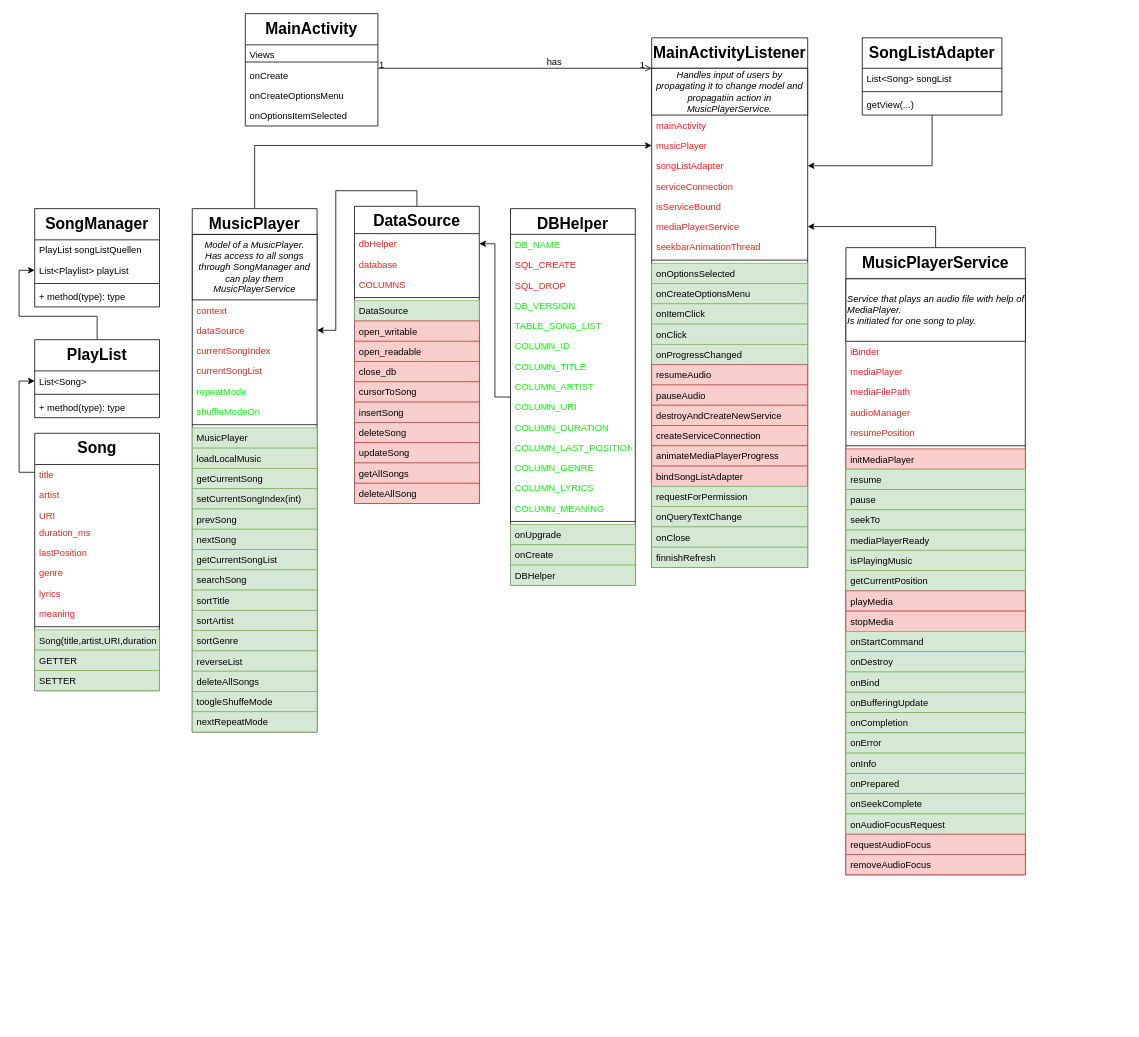
This is klassendiagramm.drawio from JohannesGrobelski/MoonstoneMusicPlayer, a draw.io file, before an edit. Source tidied: cells renumbered, new cells numbered last; positions are measured from the earlier drawing's top-left corner, leaving out a move shared by most shapes. Both pictures are drawn from the tidied source at 78%, with x=0, y=0 at pixel (19, 13).
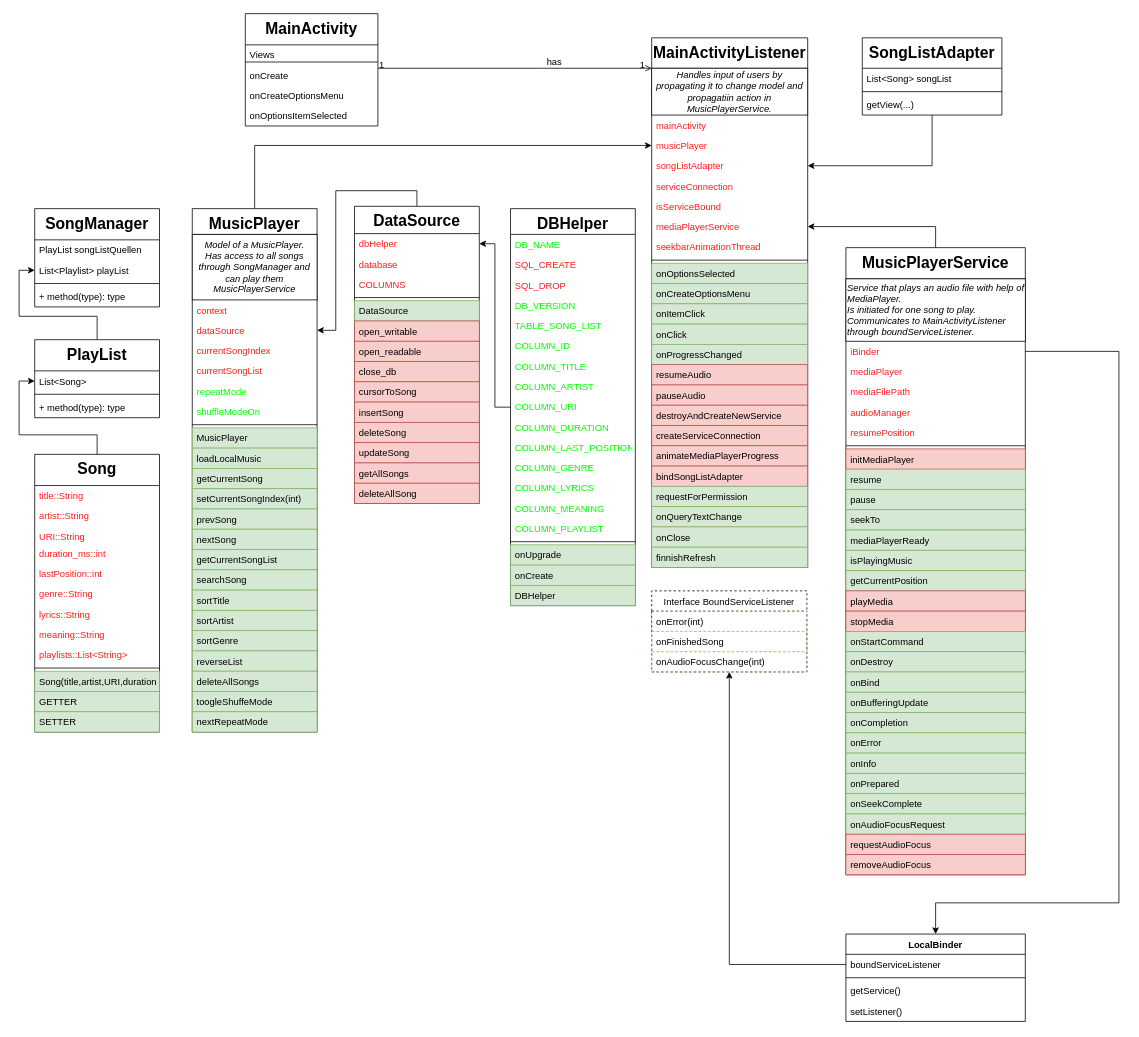
The same diagram, later.

Commit message:
added song property playlists

The change refers to these unchanged cells:
```xml
<mxCell id="38" value="MusicPlayerService" style="swimlane;fontStyle=1;align=center;verticalAlign=top;horizontal=1;startSize=40;fontSize=20;" parent="1" vertex="1">
  <mxGeometry x="1060" y="300" width="230" height="804" as="geometry" />
</mxCell>
<mxCell id="40" value="iBinder" style="text;strokeColor=none;fillColor=none;align=left;verticalAlign=top;spacingLeft=4;spacingRight=4;overflow=hidden;points=[[0,0.5],[1,0.5]];portConstraint=eastwest;fontColor=#FF1C1C;" parent="38" vertex="1">
  <mxGeometry y="120" width="230" height="26" as="geometry" />
</mxCell>
<mxCell id="104" value="List&lt;Song&gt;" style="text;strokeColor=none;fillColor=none;align=left;verticalAlign=top;spacingLeft=4;spacingRight=4;overflow=hidden;points=[[0,0.5],[1,0.5]];portConstraint=eastwest;" parent="103" vertex="1">
  <mxGeometry y="40" width="160" height="26" as="geometry" />
</mxCell>
```

The edit, as a diff of the source:
```diff
@@
-    <mxCell id="39" value="&lt;div&gt;&lt;i&gt;&lt;font color=&quot;#000000&quot;&gt;Service that plays an audio file with help of MediaPlayer.&lt;/font&gt;&lt;/i&gt;&lt;/div&gt;&lt;div&gt;&lt;i&gt;&lt;font color=&quot;#000000&quot;&gt;Is initiated for one song to play.&lt;br&gt;&lt;/font&gt;&lt;/i&gt;&lt;/div&gt;" style="whiteSpace=wrap;html=1;fontColor=#FF1C1C;align=left;" parent="38" vertex="1">
+    <mxCell id="39" value="&lt;div&gt;&lt;i&gt;&lt;font color=&quot;#000000&quot;&gt;Service that plays an audio file with help of MediaPlayer.&lt;/font&gt;&lt;/i&gt;&lt;/div&gt;&lt;div&gt;&lt;i&gt;&lt;font color=&quot;#000000&quot;&gt;Is initiated for one song to play. Communicates to MainActivityListener through boundServiceListener.&lt;br&gt;&lt;/font&gt;&lt;/i&gt;&lt;/div&gt;" style="whiteSpace=wrap;html=1;fontColor=#FF1C1C;align=left;" parent="38" vertex="1">
       <mxGeometry y="40" width="230" height="80" as="geometry" />
     </mxCell>
@@
     <mxCell id="107" style="edgeStyle=orthogonalEdgeStyle;rounded=0;jettySize=auto;html=1;entryX=0;entryY=0.5;entryDx=0;entryDy=0;" parent="1" edge="1" source="108" target="104">
       <mxGeometry relative="1" as="geometry">
         <Array as="points">
-          <mxPoint x="100" y="588" />
-          <mxPoint y="588" />
+          <mxPoint x="100" y="540" />
+          <mxPoint y="540" />
           <mxPoint y="471" />
         </Array>
       </mxGeometry>
     </mxCell>
     <mxCell id="108" value="Song" style="swimlane;fontStyle=1;align=center;verticalAlign=top;horizontal=1;startSize=40;fontSize=20;" parent="1" vertex="1">
-      <mxGeometry x="20" y="538" width="160" height="330" as="geometry" />
+      <mxGeometry x="20" y="565" width="160" height="356" as="geometry" />
     </mxCell>
-    <mxCell id="109" value="title" style="text;strokeColor=none;fillColor=none;align=left;verticalAlign=top;spacingLeft=4;spacingRight=4;overflow=hidden;fontColor=#FF1C1C;" parent="108" vertex="1">
+    <mxCell id="109" value="title::String" style="text;strokeColor=none;fillColor=none;align=left;verticalAlign=top;spacingLeft=4;spacingRight=4;overflow=hidden;fontColor=#FF1C1C;" parent="108" vertex="1">
       <mxGeometry y="40" width="160" height="26" as="geometry" />
     </mxCell>
-    <mxCell id="110" value="artist" style="text;strokeColor=none;fillColor=none;align=left;verticalAlign=top;spacingLeft=4;spacingRight=4;overflow=hidden;fontColor=#FF1C1C;" parent="108" vertex="1">
+    <mxCell id="110" value="artist::String" style="text;strokeColor=none;fillColor=none;align=left;verticalAlign=top;spacingLeft=4;spacingRight=4;overflow=hidden;fontColor=#FF1C1C;" parent="108" vertex="1">
       <mxGeometry y="66" width="160" height="26" as="geometry" />
     </mxCell>
-    <mxCell id="111" value="URI" style="text;strokeColor=none;fillColor=none;align=left;verticalAlign=top;spacingLeft=4;spacingRight=4;overflow=hidden;fontColor=#FF1C1C;" parent="108" vertex="1">
+    <mxCell id="111" value="URI::String" style="text;strokeColor=none;fillColor=none;align=left;verticalAlign=top;spacingLeft=4;spacingRight=4;overflow=hidden;fontColor=#FF1C1C;" parent="108" vertex="1">
       <mxGeometry y="92" width="160" height="22" as="geometry" />
     </mxCell>
-    <mxCell id="112" value="duration_ms" style="text;strokeColor=none;fillColor=none;align=left;verticalAlign=top;spacingLeft=4;spacingRight=4;overflow=hidden;fontColor=#FF1C1C;" parent="108" vertex="1">
+    <mxCell id="112" value="duration_ms::int" style="text;strokeColor=none;fillColor=none;align=left;verticalAlign=top;spacingLeft=4;spacingRight=4;overflow=hidden;fontColor=#FF1C1C;" parent="108" vertex="1">
       <mxGeometry y="114" width="160" height="26" as="geometry" />
     </mxCell>
-    <mxCell id="113" value="lastPosition&#10;" style="text;strokeColor=none;fillColor=none;align=left;verticalAlign=top;spacingLeft=4;spacingRight=4;overflow=hidden;fontColor=#FF1C1C;" parent="108" vertex="1">
+    <mxCell id="113" value="lastPosition::int" style="text;strokeColor=none;fillColor=none;align=left;verticalAlign=top;spacingLeft=4;spacingRight=4;overflow=hidden;fontColor=#FF1C1C;" parent="108" vertex="1">
       <mxGeometry y="140" width="160" height="26" as="geometry" />
     </mxCell>
-    <mxCell id="114" value="genre&#10;" style="text;strokeColor=none;fillColor=none;align=left;verticalAlign=top;spacingLeft=4;spacingRight=4;overflow=hidden;fontColor=#FF1C1C;" parent="108" vertex="1">
+    <mxCell id="114" value="genre::String&#10;" style="text;strokeColor=none;fillColor=none;align=left;verticalAlign=top;spacingLeft=4;spacingRight=4;overflow=hidden;fontColor=#FF1C1C;" parent="108" vertex="1">
       <mxGeometry y="166" width="160" height="26" as="geometry" />
     </mxCell>
-    <mxCell id="115" value="lyrics" style="text;strokeColor=none;fillColor=none;align=left;verticalAlign=top;spacingLeft=4;spacingRight=4;overflow=hidden;fontColor=#FF1C1C;" parent="108" vertex="1">
+    <mxCell id="115" value="lyrics::String" style="text;strokeColor=none;fillColor=none;align=left;verticalAlign=top;spacingLeft=4;spacingRight=4;overflow=hidden;fontColor=#FF1C1C;" parent="108" vertex="1">
       <mxGeometry y="192" width="160" height="26" as="geometry" />
     </mxCell>
-    <mxCell id="116" value="meaning" style="text;strokeColor=none;fillColor=none;align=left;verticalAlign=top;spacingLeft=4;spacingRight=4;overflow=hidden;fontColor=#FF1C1C;" parent="108" vertex="1">
+    <mxCell id="116" value="meaning::String" style="text;strokeColor=none;fillColor=none;align=left;verticalAlign=top;spacingLeft=4;spacingRight=4;overflow=hidden;fontColor=#FF1C1C;" parent="108" vertex="1">
       <mxGeometry y="218" width="160" height="26" as="geometry" />
     </mxCell>
+    <mxCell id="157" value="playlists::List&lt;String&gt;" style="text;strokeColor=none;fillColor=none;align=left;verticalAlign=top;spacingLeft=4;spacingRight=4;overflow=hidden;fontColor=#FF1C1C;" parent="108" vertex="1">
+      <mxGeometry y="244" width="160" height="26" as="geometry" />
+    </mxCell>
     <mxCell id="117" style="line;strokeWidth=1;fillColor=none;align=left;verticalAlign=middle;spacingTop=-1;spacingLeft=3;spacingRight=3;labelPosition=right;" parent="108" vertex="1">
-      <mxGeometry y="244" width="160" height="8" as="geometry" />
+      <mxGeometry y="270" width="160" height="8" as="geometry" />
     </mxCell>
     <mxCell id="118" value="Song(title,artist,URI,duration)" style="text;strokeColor=#82b366;fillColor=#d5e8d4;align=left;verticalAlign=top;spacingLeft=4;spacingRight=4;overflow=hidden;" parent="108" vertex="1">
-      <mxGeometry y="252" width="160" height="26" as="geometry" />
+      <mxGeometry y="278" width="160" height="26" as="geometry" />
     </mxCell>
     <mxCell id="119" value="GETTER&#10;" style="text;strokeColor=#82b366;fillColor=#d5e8d4;align=left;verticalAlign=top;spacingLeft=4;spacingRight=4;overflow=hidden;" parent="108" vertex="1">
-      <mxGeometry y="278" width="160" height="26" as="geometry" />
+      <mxGeometry y="304" width="160" height="26" as="geometry" />
     </mxCell>
     <mxCell id="120" value="SETTER" style="text;strokeColor=#82b366;fillColor=#d5e8d4;align=left;verticalAlign=top;spacingLeft=4;spacingRight=4;overflow=hidden;" parent="108" vertex="1">
-      <mxGeometry y="304" width="160" height="26" as="geometry" />
+      <mxGeometry y="330" width="160" height="26" as="geometry" />
     </mxCell>
@@
     <mxCell id="138" value="DBHelper" style="swimlane;fontStyle=1;align=center;verticalAlign=top;horizontal=1;startSize=33;strokeWidth=1;fontSize=20;fontColor=#000000;" parent="1" vertex="1">
-      <mxGeometry x="630" y="250" width="160" height="483" as="geometry" />
+      <mxGeometry x="630" y="250" width="160" height="509" as="geometry" />
     </mxCell>
@@
+    <mxCell id="158" value="COLUMN_PLAYLIST" style="text;strokeColor=none;fillColor=none;align=left;verticalAlign=top;spacingLeft=4;spacingRight=4;overflow=hidden;fontColor=#00FF00;" parent="138" vertex="1">
+      <mxGeometry y="397" width="160" height="26" as="geometry" />
+    </mxCell>
     <mxCell id="153" style="line;strokeWidth=1;fillColor=none;align=left;verticalAlign=middle;spacingTop=-1;spacingLeft=3;spacingRight=3;labelPosition=right;" parent="138" vertex="1">
-      <mxGeometry y="397" width="160" height="8" as="geometry" />
+      <mxGeometry y="423" width="160" height="8" as="geometry" />
     </mxCell>
     <mxCell id="154" value="onUpgrade" style="text;strokeColor=#82b366;fillColor=#d5e8d4;align=left;verticalAlign=top;spacingLeft=4;spacingRight=4;overflow=hidden;" parent="138" vertex="1">
-      <mxGeometry y="405" width="160" height="26" as="geometry" />
+      <mxGeometry y="431" width="160" height="26" as="geometry" />
     </mxCell>
     <mxCell id="155" value="onCreate" style="text;strokeColor=#82b366;fillColor=#d5e8d4;align=left;verticalAlign=top;spacingLeft=4;spacingRight=4;overflow=hidden;" parent="138" vertex="1">
-      <mxGeometry y="431" width="160" height="26" as="geometry" />
+      <mxGeometry y="457" width="160" height="26" as="geometry" />
     </mxCell>
     <mxCell id="156" value="DBHelper" style="text;strokeColor=#82b366;fillColor=#d5e8d4;align=left;verticalAlign=top;spacingLeft=4;spacingRight=4;overflow=hidden;" parent="138" vertex="1">
-      <mxGeometry y="457" width="160" height="26" as="geometry" />
+      <mxGeometry y="483" width="160" height="26" as="geometry" />
     </mxCell>
+    <mxCell id="159" value="Interface BoundServiceListener" style="swimlane;fontStyle=0;horizontal=1;startSize=26;fillColor=none;dashed=1;" parent="1" vertex="1">
+      <mxGeometry x="811" y="740" width="199" height="104" as="geometry" />
+    </mxCell>
+    <mxCell id="160" value="onError(int)" style="text;fillColor=none;align=left;verticalAlign=top;spacingLeft=4;spacingRight=4;overflow=hidden;strokeColor=#97D077;dashed=1;" parent="159" vertex="1">
+      <mxGeometry y="26" width="199" height="26" as="geometry" />
+    </mxCell>
+    <mxCell id="161" value="onFinishedSong" style="text;fillColor=none;align=left;verticalAlign=top;spacingLeft=4;spacingRight=4;overflow=hidden;strokeColor=#97D077;dashed=1;" parent="159" vertex="1">
+      <mxGeometry y="52" width="199" height="26" as="geometry" />
+    </mxCell>
+    <mxCell id="162" value="onAudioFocusChange(int)" style="text;fillColor=none;align=left;verticalAlign=top;spacingLeft=4;spacingRight=4;overflow=hidden;strokeColor=#97D077;dashed=1;" parent="159" vertex="1">
+      <mxGeometry y="78" width="199" height="26" as="geometry" />
+    </mxCell>
+    <mxCell id="163" value="LocalBinder" style="swimlane;fontStyle=1;align=center;verticalAlign=top;horizontal=1;startSize=26;" parent="1" vertex="1">
+      <mxGeometry x="1060" y="1180" width="230" height="112" as="geometry" />
+    </mxCell>
+    <mxCell id="164" value="boundServiceListener" style="text;strokeColor=none;fillColor=none;align=left;verticalAlign=top;spacingLeft=4;spacingRight=4;overflow=hidden;points=[[0,0.5],[1,0.5]];portConstraint=eastwest;" parent="163" vertex="1">
+      <mxGeometry y="26" width="230" height="26" as="geometry" />
+    </mxCell>
+    <mxCell id="165" style="line;strokeWidth=1;fillColor=none;align=left;verticalAlign=middle;spacingTop=-1;spacingLeft=3;spacingRight=3;labelPosition=right;" parent="163" vertex="1">
+      <mxGeometry y="52" width="230" height="8" as="geometry" />
+    </mxCell>
+    <mxCell id="166" value="getService()" style="text;strokeColor=none;fillColor=none;align=left;verticalAlign=top;spacingLeft=4;spacingRight=4;overflow=hidden;" parent="163" vertex="1">
+      <mxGeometry y="60" width="230" height="26" as="geometry" />
+    </mxCell>
+    <mxCell id="167" value="setListener()" style="text;strokeColor=none;fillColor=none;align=left;verticalAlign=top;spacingLeft=4;spacingRight=4;overflow=hidden;" parent="163" vertex="1">
+      <mxGeometry y="86" width="230" height="26" as="geometry" />
+    </mxCell>
+    <mxCell id="168" style="edgeStyle=orthogonalEdgeStyle;rounded=0;jettySize=auto;html=1;" parent="1" edge="1" source="40" target="163">
+      <mxGeometry relative="1" as="geometry">
+        <Array as="points">
+          <mxPoint x="1410" y="433" />
+          <mxPoint x="1410" y="1140" />
+          <mxPoint x="1175" y="1140" />
+        </Array>
+      </mxGeometry>
+    </mxCell>
+    <mxCell id="169" style="edgeStyle=orthogonalEdgeStyle;rounded=0;jettySize=auto;html=1;exitX=0;exitY=0.5;exitDx=0;exitDy=0;" parent="1" edge="1" source="164" target="159">
+      <mxGeometry relative="1" as="geometry" />
+    </mxCell>
```
